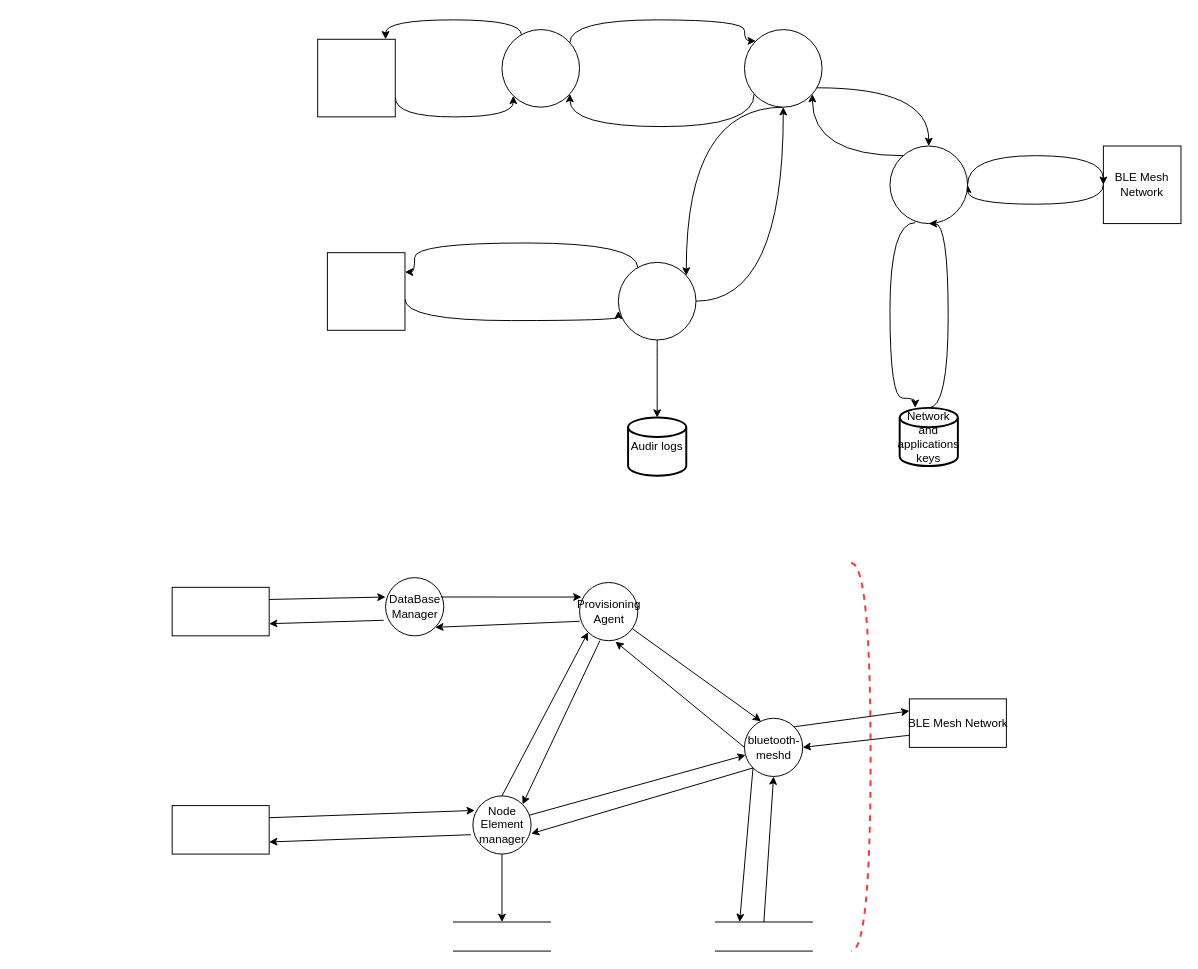
Before: Untitled Diagram.drawio in vibhanshuDhote/diagrams, a draw.io diagram. Source tidied: cells renumbered, new cells numbered last; positions are measured from the earlier drawing's top-left corner, leaving out a move shared by most shapes. Both pictures are drawn from the tidied source at 97%, with x=0, y=0 at pixel (172, 19).
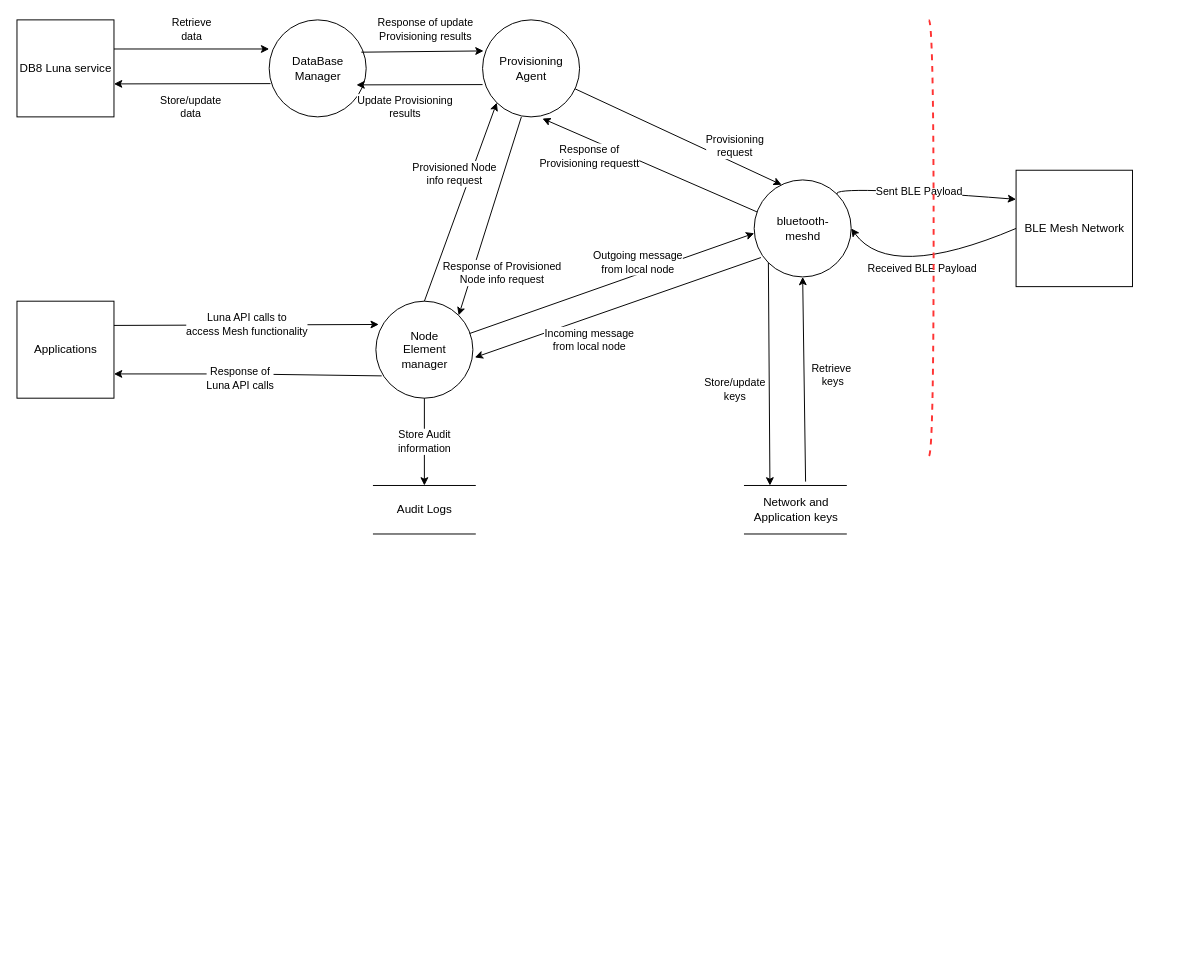
The same page after the edit.

Unchanged cells that the change refers to:
```xml
<mxCell id="48" style="endArrow=classic;html=1;rounded=0;exitX=0;exitY=1;exitDx=0;exitDy=0;entryX=0.25;entryY=0;entryDx=0;entryDy=0;" parent="1" edge="1" source="29" target="45">
  <mxGeometry relative="1" as="geometry" />
</mxCell>
```

Change to the diagram source:
```diff
@@
-    <mxCell id="2" style="edgeStyle=orthogonalEdgeStyle;curved=1;jettySize=auto;html=1;entryX=1;entryY=0.5;entryDx=0;entryDy=0;" parent="1" edge="1" target="18">
-      <mxGeometry relative="1" as="geometry">
-        <mxPoint x="960" y="170" as="sourcePoint" />
-        <Array as="points">
-          <mxPoint x="820" y="190" />
-        </Array>
-      </mxGeometry>
-    </mxCell>
-    <mxCell id="3" value="BLE Mesh Network" style="whiteSpace=wrap;html=1;" parent="1" vertex="1">
-      <mxGeometry x="960" y="130" width="80" height="80" as="geometry" />
-    </mxCell>
-    <mxCell id="4" style="edgeStyle=orthogonalEdgeStyle;jettySize=auto;html=1;entryX=0;entryY=0;entryDx=0;entryDy=0;curved=1;" parent="1" edge="1" source="6" target="14">
-      <mxGeometry relative="1" as="geometry">
-        <Array as="points">
-          <mxPoint x="410" />
-          <mxPoint x="590" />
-          <mxPoint x="590" y="22" />
-        </Array>
-      </mxGeometry>
-    </mxCell>
-    <mxCell id="5" style="edgeStyle=orthogonalEdgeStyle;jettySize=auto;html=1;curved=1;" parent="1" edge="1" source="6" target="20">
-      <mxGeometry relative="1" as="geometry">
-        <Array as="points">
-          <mxPoint x="360" />
-          <mxPoint x="220" />
-        </Array>
-      </mxGeometry>
-    </mxCell>
-    <mxCell id="6" style="ellipse;whiteSpace=wrap;html=1;" parent="1" vertex="1">
-      <mxGeometry x="340" y="10" width="80" height="80" as="geometry" />
-    </mxCell>
-    <mxCell id="7" style="edgeStyle=orthogonalEdgeStyle;jettySize=auto;html=1;entryX=1;entryY=0.25;entryDx=0;entryDy=0;curved=1;" parent="1" edge="1" source="10" target="22">
-      <mxGeometry relative="1" as="geometry">
-        <Array as="points">
-          <mxPoint x="480" y="230" />
-          <mxPoint x="250" y="230" />
-          <mxPoint x="250" y="260" />
-        </Array>
-      </mxGeometry>
-    </mxCell>
-    <mxCell id="8" style="edgeStyle=orthogonalEdgeStyle;jettySize=auto;html=1;curved=1;" parent="1" edge="1" source="10" target="14">
-      <mxGeometry relative="1" as="geometry" />
-    </mxCell>
-    <mxCell id="9" style="edgeStyle=orthogonalEdgeStyle;curved=1;jettySize=auto;html=1;entryX=0.5;entryY=0;entryDx=0;entryDy=0;entryPerimeter=0;" parent="1" edge="1" source="10" target="25">
-      <mxGeometry relative="1" as="geometry" />
-    </mxCell>
-    <mxCell id="10" style="ellipse;whiteSpace=wrap;html=1;" parent="1" vertex="1">
-      <mxGeometry x="460" y="250" width="80" height="80" as="geometry" />
-    </mxCell>
-    <mxCell id="11" style="edgeStyle=orthogonalEdgeStyle;jettySize=auto;html=1;entryX=0.5;entryY=0;entryDx=0;entryDy=0;curved=1;" parent="1" edge="1" source="14" target="18">
-      <mxGeometry relative="1" as="geometry">
-        <Array as="points">
-          <mxPoint x="780" y="70" />
-        </Array>
-      </mxGeometry>
-    </mxCell>
-    <mxCell id="12" style="edgeStyle=orthogonalEdgeStyle;jettySize=auto;html=1;curved=1;" parent="1" edge="1" source="14" target="6">
-      <mxGeometry relative="1" as="geometry">
-        <Array as="points">
-          <mxPoint x="600" y="110" />
-          <mxPoint x="410" y="110" />
-        </Array>
-      </mxGeometry>
-    </mxCell>
-    <mxCell id="13" style="edgeStyle=orthogonalEdgeStyle;jettySize=auto;html=1;curved=1;" parent="1" edge="1" source="14" target="10">
-      <mxGeometry relative="1" as="geometry">
-        <Array as="points">
-          <mxPoint x="530" y="90" />
-        </Array>
-      </mxGeometry>
-    </mxCell>
-    <mxCell id="14" style="ellipse;whiteSpace=wrap;html=1;" parent="1" vertex="1">
-      <mxGeometry x="590" y="10" width="80" height="80" as="geometry" />
-    </mxCell>
-    <mxCell id="15" style="edgeStyle=orthogonalEdgeStyle;jettySize=auto;html=1;curved=1;" parent="1" edge="1" source="18" target="14">
-      <mxGeometry relative="1" as="geometry">
-        <Array as="points">
-          <mxPoint x="660" y="140" />
-        </Array>
-      </mxGeometry>
-    </mxCell>
-    <mxCell id="16" style="edgeStyle=orthogonalEdgeStyle;curved=1;jettySize=auto;html=1;exitX=1;exitY=0.5;exitDx=0;exitDy=0;entryX=0;entryY=0.5;entryDx=0;entryDy=0;" parent="1" edge="1" source="18" target="3">
-      <mxGeometry relative="1" as="geometry">
-        <Array as="points">
-          <mxPoint x="820" y="140" />
-          <mxPoint x="960" y="140" />
-        </Array>
-      </mxGeometry>
-    </mxCell>
-    <mxCell id="17" style="edgeStyle=orthogonalEdgeStyle;curved=1;jettySize=auto;html=1;exitX=0.325;exitY=0.988;exitDx=0;exitDy=0;exitPerimeter=0;" parent="1" edge="1" source="18" target="24">
-      <mxGeometry relative="1" as="geometry">
-        <Array as="points">
-          <mxPoint x="740" y="209" />
-          <mxPoint x="740" y="390" />
-          <mxPoint x="766" y="390" />
-        </Array>
-      </mxGeometry>
-    </mxCell>
-    <mxCell id="18" style="ellipse;whiteSpace=wrap;html=1;" parent="1" vertex="1">
-      <mxGeometry x="740" y="130" width="80" height="80" as="geometry" />
-    </mxCell>
-    <mxCell id="19" style="edgeStyle=orthogonalEdgeStyle;jettySize=auto;html=1;entryX=0;entryY=1;entryDx=0;entryDy=0;curved=1;exitX=1;exitY=0.75;exitDx=0;exitDy=0;" parent="1" edge="1" source="20" target="6">
-      <mxGeometry relative="1" as="geometry">
-        <Array as="points">
-          <mxPoint x="230" y="100" />
-          <mxPoint x="352" y="100" />
-        </Array>
-      </mxGeometry>
-    </mxCell>
-    <mxCell id="20" style="whiteSpace=wrap;html=1;" parent="1" vertex="1">
-      <mxGeometry x="150" y="20" width="80" height="80" as="geometry" />
-    </mxCell>
-    <mxCell id="21" style="edgeStyle=orthogonalEdgeStyle;jettySize=auto;html=1;curved=1;exitX=1;exitY=0.6;exitDx=0;exitDy=0;exitPerimeter=0;" parent="1" edge="1" source="22">
-      <mxGeometry relative="1" as="geometry">
-        <mxPoint x="460" y="300" as="targetPoint" />
-        <Array as="points">
-          <mxPoint x="240" y="310" />
-          <mxPoint x="460" y="310" />
-        </Array>
-      </mxGeometry>
-    </mxCell>
-    <mxCell id="22" style="whiteSpace=wrap;html=1;" parent="1" vertex="1">
-      <mxGeometry x="160" y="240" width="80" height="80" as="geometry" />
-    </mxCell>
-    <mxCell id="23" style="edgeStyle=orthogonalEdgeStyle;curved=1;jettySize=auto;html=1;entryX=0.5;entryY=1;entryDx=0;entryDy=0;exitX=0.5;exitY=0;exitDx=0;exitDy=0;exitPerimeter=0;" parent="1" edge="1" source="24" target="18">
-      <mxGeometry relative="1" as="geometry">
-        <Array as="points">
-          <mxPoint x="800" y="400" />
-          <mxPoint x="800" y="210" />
-        </Array>
-      </mxGeometry>
-    </mxCell>
-    <mxCell id="24" value="Network and applications keys" style="strokeWidth=2;html=1;shape=mxgraph.flowchart.database;whiteSpace=wrap;" parent="1" vertex="1">
-      <mxGeometry x="750" y="400" width="60" height="60" as="geometry" />
-    </mxCell>
-    <mxCell id="25" value="Audir logs" style="strokeWidth=2;html=1;shape=mxgraph.flowchart.database;whiteSpace=wrap;" parent="1" vertex="1">
-      <mxGeometry x="470" y="410" width="60" height="60" as="geometry" />
-    </mxCell>
     <mxCell id="26" value="BLE Mesh Network" style="html=1;dashed=0;whitespace=wrap;" parent="1" vertex="1">
-      <mxGeometry x="760" y="700" width="100" height="50" as="geometry" />
+      <mxGeometry x="870" y="155" width="120" height="120" as="geometry" />
     </mxCell>
-    <mxCell id="27" style="html=1;dashed=0;whitespace=wrap;" parent="1" vertex="1">
-      <mxGeometry y="810" width="100" height="50" as="geometry" />
+    <mxCell id="27" value="Applications" style="html=1;dashed=0;whitespace=wrap;" parent="1" vertex="1">
+      <mxGeometry x="-160" y="290" width="100" height="100" as="geometry" />
     </mxCell>
-    <mxCell id="28" style="html=1;dashed=0;whitespace=wrap;" parent="1" vertex="1">
-      <mxGeometry y="585" width="100" height="50" as="geometry" />
+    <mxCell id="28" value="DB8 Luna service" style="html=1;dashed=0;whitespace=wrap;" parent="1" vertex="1">
+      <mxGeometry x="-160" width="100" height="100" as="geometry" />
     </mxCell>
     <mxCell id="29" value="bluetooth-&lt;br&gt;meshd" style="shape=ellipse;html=1;dashed=0;whitespace=wrap;perimeter=ellipsePerimeter;" parent="1" vertex="1">
-      <mxGeometry x="590" y="720" width="60" height="60" as="geometry" />
+      <mxGeometry x="600" y="165" width="100" height="100" as="geometry" />
     </mxCell>
     <mxCell id="30" value="Node&lt;br&gt;Element&lt;br&gt;manager" style="shape=ellipse;html=1;dashed=0;whitespace=wrap;perimeter=ellipsePerimeter;" parent="1" vertex="1">
-      <mxGeometry x="310" y="800" width="60" height="60" as="geometry" />
+      <mxGeometry x="210" y="290" width="100" height="100" as="geometry" />
     </mxCell>
     <mxCell id="31" value="Provisioning&lt;br&gt;Agent" style="shape=ellipse;html=1;dashed=0;whitespace=wrap;perimeter=ellipsePerimeter;" parent="1" vertex="1">
-      <mxGeometry x="420" y="580" width="60" height="60" as="geometry" />
+      <mxGeometry x="320" width="100" height="100" as="geometry" />
     </mxCell>
     <mxCell id="32" value="DataBase&lt;br&gt;Manager" style="shape=ellipse;html=1;dashed=0;whitespace=wrap;perimeter=ellipsePerimeter;" parent="1" vertex="1">
-      <mxGeometry x="220" y="575" width="60" height="60" as="geometry" />
+      <mxGeometry x="100" width="100" height="100" as="geometry" />
     </mxCell>
-    <mxCell id="33" style="endArrow=classic;html=1;curved=1;entryX=0;entryY=0.25;entryDx=0;entryDy=0;exitX=1;exitY=0;exitDx=0;exitDy=0;" parent="1" edge="1" source="29" target="26">
-      <mxGeometry relative="1" as="geometry" />
+    <mxCell id="33" value="Sent BLE Payload" style="endArrow=classic;html=1;curved=1;entryX=0;entryY=0.25;entryDx=0;entryDy=0;exitX=1;exitY=0;exitDx=0;exitDy=0;" parent="1" edge="1" source="29" target="26">
+      <mxGeometry relative="1" as="geometry">
+        <Array as="points">
+          <mxPoint x="680" y="170" />
+        </Array>
+      </mxGeometry>
     </mxCell>
-    <mxCell id="34" style="endArrow=classic;html=1;curved=1;entryX=1;entryY=0.5;entryDx=0;entryDy=0;exitX=0;exitY=0.75;exitDx=0;exitDy=0;" parent="1" edge="1" source="26" target="29">
-      <mxGeometry relative="1" as="geometry" />
+    <mxCell id="34" value="&lt;span style=&quot;color: rgb(0 , 0 , 0) ; font-family: &amp;#34;helvetica&amp;#34; ; font-size: 11px ; font-style: normal ; font-weight: 400 ; letter-spacing: normal ; text-align: center ; text-indent: 0px ; text-transform: none ; word-spacing: 0px ; background-color: rgb(255 , 255 , 255) ; display: inline ; float: none&quot;&gt;Received BLE Payload&lt;/span&gt;" style="endArrow=classic;html=1;curved=1;entryX=1;entryY=0.5;entryDx=0;entryDy=0;exitX=0;exitY=0.5;exitDx=0;exitDy=0;" parent="1" edge="1" source="26" target="29">
+      <mxGeometry relative="1" as="geometry">
+        <Array as="points">
+          <mxPoint x="740" y="270" />
+        </Array>
+      </mxGeometry>
     </mxCell>
-    <mxCell id="35" style="endArrow=classic;html=1;rounded=0;entryX=0.283;entryY=0.05;entryDx=0;entryDy=0;entryPerimeter=0;" parent="1" edge="1" source="31" target="29">
-      <mxGeometry relative="1" as="geometry" />
+    <mxCell id="35" value="Provisioning&lt;br&gt;request" style="endArrow=classic;html=1;rounded=0;entryX=0.283;entryY=0.05;entryDx=0;entryDy=0;entryPerimeter=0;" parent="1" edge="1" source="31" target="29">
+      <mxGeometry x="0.48" y="16" relative="1" as="geometry" />
     </mxCell>
-    <mxCell id="36" style="endArrow=classic;html=1;rounded=0;entryX=0.617;entryY=1.017;entryDx=0;entryDy=0;entryPerimeter=0;exitX=0;exitY=0.5;exitDx=0;exitDy=0;" parent="1" edge="1" source="29" target="31">
+    <mxCell id="36" style="endArrow=classic;html=1;rounded=0;entryX=0.617;entryY=1.017;entryDx=0;entryDy=0;entryPerimeter=0;exitX=0.03;exitY=0.33;exitDx=0;exitDy=0;exitPerimeter=0;" parent="1" edge="1" source="29" target="31">
       <mxGeometry relative="1" as="geometry" />
     </mxCell>
+    <mxCell id="53" value="Response of&lt;br&gt;Provisioning requestt" style="edgeLabel;html=1;align=center;verticalAlign=middle;" parent="36" vertex="1">
+      <mxGeometry x="0.3" y="1" relative="1" as="geometry">
+        <mxPoint x="-29" y="4" as="offset" />
+      </mxGeometry>
+    </mxCell>
-    <mxCell id="37" style="endArrow=classic;html=1;rounded=0;entryX=1;entryY=1;entryDx=0;entryDy=0;exitX=0;exitY=0.667;exitDx=0;exitDy=0;exitPerimeter=0;" parent="1" edge="1" source="31" target="32">
-      <mxGeometry relative="1" as="geometry" />
+    <mxCell id="37" value="Update Provisioning&lt;br&gt;results" style="endArrow=classic;html=1;rounded=0;exitX=0;exitY=0.667;exitDx=0;exitDy=0;exitPerimeter=0;" parent="1" edge="1" source="31">
+      <mxGeometry x="0.23" y="23" relative="1" as="geometry">
+        <mxPoint x="190" y="67" as="targetPoint" />
+      </mxGeometry>
     </mxCell>
-    <mxCell id="38" style="endArrow=classic;html=1;rounded=0;exitX=0.95;exitY=0.333;exitDx=0;exitDy=0;exitPerimeter=0;entryX=0.033;entryY=0.25;entryDx=0;entryDy=0;entryPerimeter=0;" parent="1" edge="1" source="32" target="31">
-      <mxGeometry relative="1" as="geometry" />
+    <mxCell id="38" value="&lt;span style=&quot;color: rgb(0 , 0 , 0) ; font-family: &amp;#34;helvetica&amp;#34; ; font-size: 11px ; font-style: normal ; font-weight: 400 ; letter-spacing: normal ; text-align: center ; text-indent: 0px ; text-transform: none ; word-spacing: 0px ; background-color: rgb(255 , 255 , 255) ; display: inline ; float: none&quot;&gt;Response of update&lt;br&gt;Provisioning&amp;nbsp;&lt;/span&gt;&lt;span style=&quot;color: rgb(0 , 0 , 0) ; font-family: &amp;#34;helvetica&amp;#34; ; font-size: 11px ; font-style: normal ; font-weight: 400 ; letter-spacing: normal ; text-align: center ; text-indent: 0px ; text-transform: none ; word-spacing: 0px ; background-color: rgb(255 , 255 , 255) ; display: inline ; float: none&quot;&gt;results&lt;/span&gt;" style="endArrow=classic;html=1;rounded=0;exitX=0.95;exitY=0.333;exitDx=0;exitDy=0;exitPerimeter=0;entryX=0.01;entryY=0.32;entryDx=0;entryDy=0;entryPerimeter=0;" parent="1" edge="1" source="32" target="31">
+      <mxGeometry x="0.04" y="23" relative="1" as="geometry" />
     </mxCell>
-    <mxCell id="39" style="endArrow=classic;html=1;rounded=0;exitX=1;exitY=0.25;exitDx=0;exitDy=0;entryX=0;entryY=0.333;entryDx=0;entryDy=0;entryPerimeter=0;" parent="1" edge="1" source="28" target="32">
-      <mxGeometry relative="1" as="geometry" />
+    <mxCell id="39" value="Retrieve&lt;br&gt;data" style="endArrow=classic;html=1;rounded=0;exitX=1;exitY=0.3;exitDx=0;exitDy=0;exitPerimeter=0;" parent="1" edge="1" source="28">
+      <mxGeometry y="20" relative="1" as="geometry">
+        <mxPoint x="100" y="30" as="targetPoint" />
+      </mxGeometry>
     </mxCell>
-    <mxCell id="40" style="endArrow=classic;html=1;rounded=0;entryX=1;entryY=0.75;entryDx=0;entryDy=0;exitX=-0.033;exitY=0.733;exitDx=0;exitDy=0;exitPerimeter=0;" parent="1" edge="1" source="32" target="28">
-      <mxGeometry relative="1" as="geometry" />
+    <mxCell id="40" value="Store/update&lt;br&gt;data" style="endArrow=classic;html=1;rounded=0;exitX=0.014;exitY=0.657;exitDx=0;exitDy=0;exitPerimeter=0;entryX=1;entryY=0.66;entryDx=0;entryDy=0;entryPerimeter=0;" parent="1" edge="1" source="32" target="28">
+      <mxGeometry x="0.01" y="24" relative="1" as="geometry" />
     </mxCell>
-    <mxCell id="41" style="endArrow=classic;html=1;rounded=0;entryX=0.033;entryY=0.25;entryDx=0;entryDy=0;entryPerimeter=0;exitX=1;exitY=0.25;exitDx=0;exitDy=0;" parent="1" edge="1" source="27" target="30">
+    <mxCell id="41" value="Luna API calls to&lt;br&gt;access Mesh functionality" style="endArrow=classic;html=1;rounded=0;entryX=0.03;entryY=0.24;entryDx=0;entryDy=0;entryPerimeter=0;exitX=1;exitY=0.25;exitDx=0;exitDy=0;" parent="1" edge="1" source="27" target="30">
       <mxGeometry relative="1" as="geometry" />
     </mxCell>
-    <mxCell id="42" style="endArrow=classic;html=1;rounded=0;entryX=1;entryY=0.75;entryDx=0;entryDy=0;exitX=-0.033;exitY=0.667;exitDx=0;exitDy=0;exitPerimeter=0;" parent="1" edge="1" source="30" target="27">
-      <mxGeometry relative="1" as="geometry" />
+    <mxCell id="42" value="Response of&lt;br&gt;Luna API calls" style="endArrow=classic;html=1;rounded=0;entryX=1;entryY=0.75;entryDx=0;entryDy=0;exitX=0.06;exitY=0.77;exitDx=0;exitDy=0;exitPerimeter=0;" parent="1" edge="1" source="30" target="27">
+      <mxGeometry x="0.06" y="5" relative="1" as="geometry">
+        <Array as="points">
+          <mxPoint x="70" y="365" />
+        </Array>
+      </mxGeometry>
     </mxCell>
-    <mxCell id="43" style="endArrow=classic;html=1;rounded=0;entryX=0;entryY=1;entryDx=0;entryDy=0;exitX=0.5;exitY=0;exitDx=0;exitDy=0;" parent="1" edge="1" source="30" target="31">
-      <mxGeometry relative="1" as="geometry" />
+    <mxCell id="43" value="Provisioned Node&lt;br&gt;info request" style="endArrow=classic;html=1;rounded=0;entryX=0;entryY=1;entryDx=0;entryDy=0;exitX=0.5;exitY=0;exitDx=0;exitDy=0;" parent="1" edge="1" source="30" target="31">
+      <mxGeometry x="0.22" y="16" relative="1" as="geometry">
+        <mxPoint y="-1" as="offset" />
+      </mxGeometry>
     </mxCell>
-    <mxCell id="44" style="endArrow=classic;html=1;rounded=0;entryX=1;entryY=0;entryDx=0;entryDy=0;exitX=0.35;exitY=1;exitDx=0;exitDy=0;exitPerimeter=0;" parent="1" edge="1" source="31" target="30">
+    <mxCell id="44" style="endArrow=classic;html=1;rounded=0;entryX=1;entryY=0;entryDx=0;entryDy=0;exitX=0.4;exitY=1;exitDx=0;exitDy=0;exitPerimeter=0;" parent="1" edge="1" source="31" target="30">
       <mxGeometry relative="1" as="geometry" />
     </mxCell>
+    <mxCell id="54" value="Response of Provisioned&lt;br&gt;Node&amp;nbsp;info request" style="edgeLabel;html=1;align=center;verticalAlign=middle;" parent="44" vertex="1">
+      <mxGeometry x="0.33" y="1" relative="1" as="geometry">
+        <mxPoint x="22" y="24" as="offset" />
+      </mxGeometry>
+    </mxCell>
-    <mxCell id="45" style="html=1;dashed=0;whitespace=wrap;shape=partialRectangle;right=0;left=0;" parent="1" vertex="1">
-      <mxGeometry x="560" y="930" width="100" height="30" as="geometry" />
+    <mxCell id="45" value="Network and&lt;br&gt;Application keys" style="html=1;dashed=0;whitespace=wrap;shape=partialRectangle;right=0;left=0;" parent="1" vertex="1">
+      <mxGeometry x="590" y="480" width="105" height="50" as="geometry" />
     </mxCell>
-    <mxCell id="46" style="html=1;dashed=0;whitespace=wrap;shape=partialRectangle;right=0;left=0;" parent="1" vertex="1">
-      <mxGeometry x="290" y="930" width="100" height="30" as="geometry" />
+    <mxCell id="46" value="Audit Logs" style="html=1;dashed=0;whitespace=wrap;shape=partialRectangle;right=0;left=0;" parent="1" vertex="1">
+      <mxGeometry x="207.5" y="480" width="105" height="50" as="geometry" />
     </mxCell>
-    <mxCell id="47" style="endArrow=classic;html=1;rounded=0;exitX=0.5;exitY=0;exitDx=0;exitDy=0;entryX=0.5;entryY=1;entryDx=0;entryDy=0;" parent="1" edge="1" source="45" target="29">
-      <mxGeometry relative="1" as="geometry" />
+    <mxCell id="47" style="endArrow=classic;html=1;rounded=0;exitX=0.6;exitY=-0.08;exitDx=0;exitDy=0;entryX=0.5;entryY=1;entryDx=0;entryDy=0;exitPerimeter=0;" parent="1" edge="1" source="45" target="29">
+      <mxGeometry x="0.07" y="-39" relative="1" as="geometry" />
     </mxCell>
+    <mxCell id="55" value="Retrieve&amp;nbsp;&lt;br&gt;keys" style="edgeLabel;html=1;align=center;verticalAlign=middle;" parent="47" vertex="1">
+      <mxGeometry x="0.25" y="-1" relative="1" as="geometry">
+        <mxPoint x="28" y="22" as="offset" />
+      </mxGeometry>
+    </mxCell>
@@
+    <mxCell id="56" value="Store/update&lt;br&gt;keys" style="edgeLabel;html=1;align=center;verticalAlign=middle;" parent="48" vertex="1">
+      <mxGeometry x="0.17" y="-1" relative="1" as="geometry">
+        <mxPoint x="-35" y="-4" as="offset" />
+      </mxGeometry>
+    </mxCell>
-    <mxCell id="49" style="endArrow=classic;html=1;rounded=0;entryX=0.5;entryY=0;entryDx=0;entryDy=0;" parent="1" edge="1" source="30" target="46">
+    <mxCell id="49" value="Store Audit&lt;br&gt;information" style="endArrow=classic;html=1;rounded=0;entryX=0.5;entryY=0;entryDx=0;entryDy=0;" parent="1" edge="1" source="30" target="46">
       <mxGeometry relative="1" as="geometry" />
     </mxCell>
-    <mxCell id="50" style="endArrow=classic;html=1;rounded=0;exitX=0.967;exitY=0.333;exitDx=0;exitDy=0;exitPerimeter=0;" parent="1" edge="1" source="30" target="29">
-      <mxGeometry relative="1" as="geometry" />
+    <mxCell id="50" value="Outgoing message&lt;br&gt;from local node" style="endArrow=classic;html=1;rounded=0;exitX=0.967;exitY=0.333;exitDx=0;exitDy=0;exitPerimeter=0;entryX=0;entryY=0.55;entryDx=0;entryDy=0;entryPerimeter=0;" parent="1" edge="1" source="30" target="29">
+      <mxGeometry x="0.21" y="12" relative="1" as="geometry" />
     </mxCell>
-    <mxCell id="51" style="endArrow=classic;html=1;rounded=0;entryX=1;entryY=0.65;entryDx=0;entryDy=0;entryPerimeter=0;exitX=0;exitY=1;exitDx=0;exitDy=0;" parent="1" edge="1" source="29" target="30">
-      <mxGeometry relative="1" as="geometry" />
+    <mxCell id="51" value="&lt;span style=&quot;color: rgb(0 , 0 , 0) ; font-family: &amp;#34;helvetica&amp;#34; ; font-size: 11px ; font-style: normal ; font-weight: 400 ; letter-spacing: normal ; text-align: center ; text-indent: 0px ; text-transform: none ; word-spacing: 0px ; background-color: rgb(255 , 255 , 255) ; display: inline ; float: none&quot;&gt;Incoming message&lt;/span&gt;&lt;br style=&quot;color: rgb(0 , 0 , 0) ; font-family: &amp;#34;helvetica&amp;#34; ; font-size: 11px ; font-style: normal ; font-weight: 400 ; letter-spacing: normal ; text-align: center ; text-indent: 0px ; text-transform: none ; word-spacing: 0px&quot;&gt;&lt;span style=&quot;color: rgb(0 , 0 , 0) ; font-family: &amp;#34;helvetica&amp;#34; ; font-size: 11px ; font-style: normal ; font-weight: 400 ; letter-spacing: normal ; text-align: center ; text-indent: 0px ; text-transform: none ; word-spacing: 0px ; background-color: rgb(255 , 255 , 255) ; display: inline ; float: none&quot;&gt;from local node&lt;/span&gt;" style="endArrow=classic;html=1;rounded=0;entryX=1.02;entryY=0.58;entryDx=0;entryDy=0;exitX=0.07;exitY=0.8;exitDx=0;exitDy=0;exitPerimeter=0;entryPerimeter=0;" parent="1" edge="1" source="29" target="30">
+      <mxGeometry x="0.25" y="22" relative="1" as="geometry" />
     </mxCell>
     <mxCell id="52" style="shape=requiredInterface;html=1;verticalLabelPosition=bottom;dashed=1;strokeColor=#FF3333;strokeWidth=2;fillColor=none;fontColor=#FF3333;align=left;" parent="1" vertex="1">
-      <mxGeometry x="700" y="560" width="20" height="400" as="geometry" />
+      <mxGeometry x="780" width="5" height="450" as="geometry" />
     </mxCell>
```
